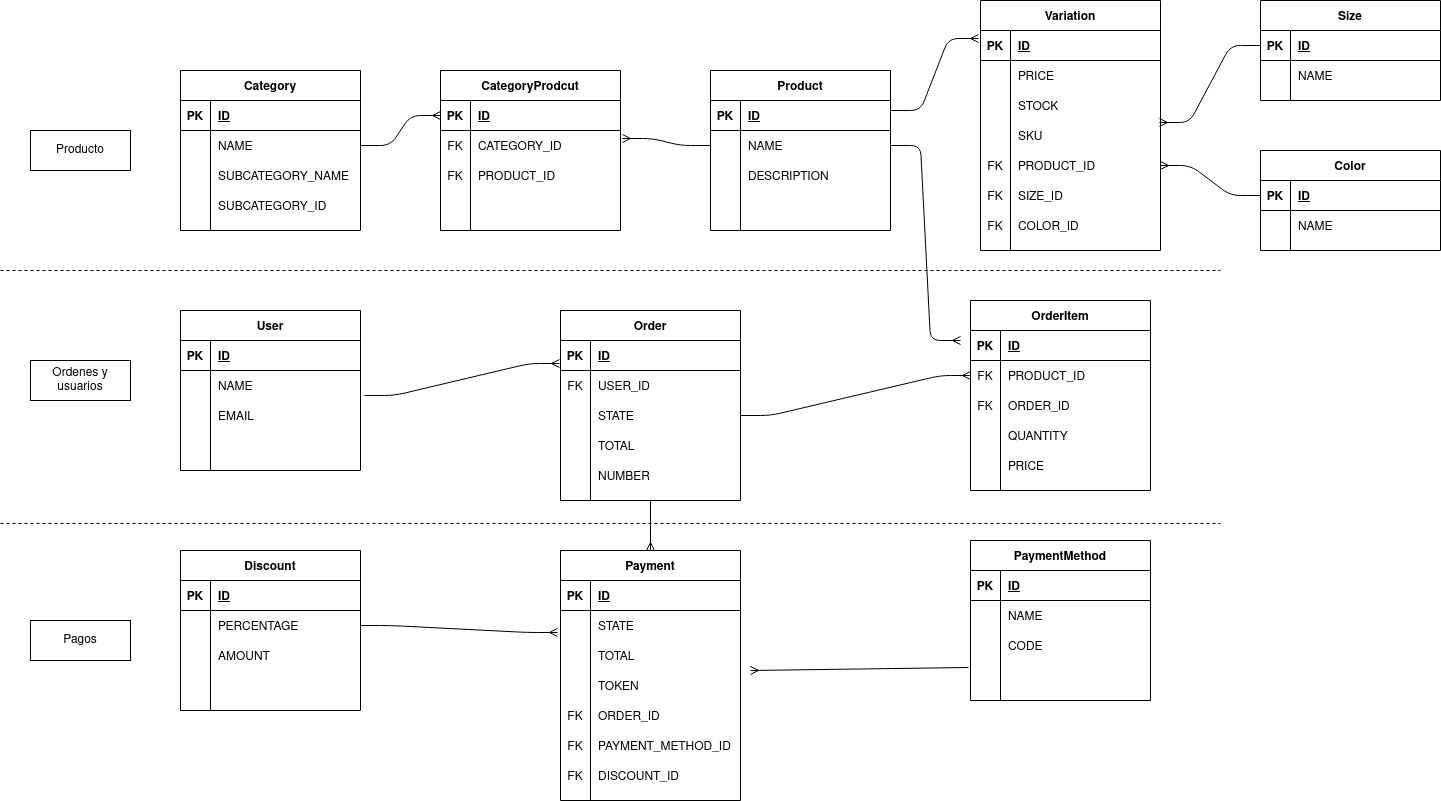
Above: ecommerce.png in gilibethvega/e-comerce (draw.io), before the change. Source tidied: cells renumbered, new cells last; positions are measured from the earlier drawing's top-left corner, leaving out a move shared by most shapes.
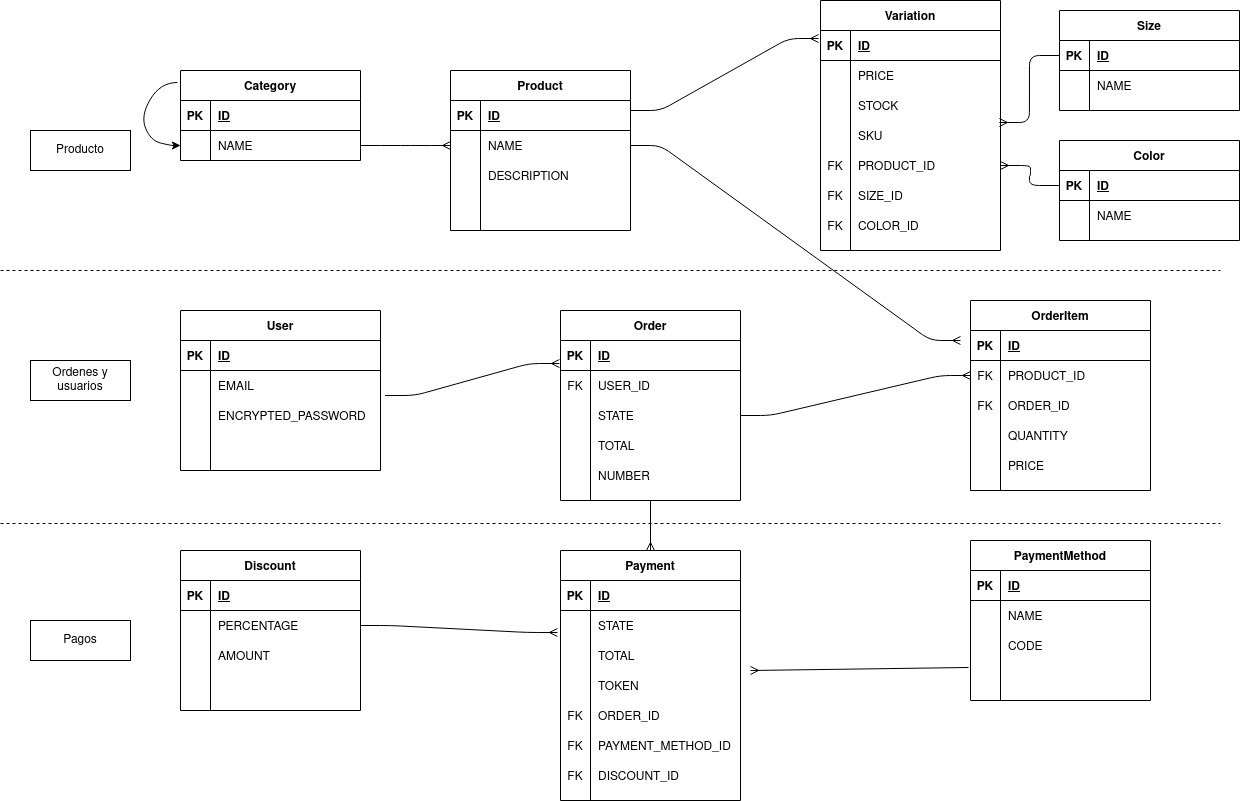
After the commit.

Change to the diagram source:
```diff
@@ -9,7 +9,7 @@
       </mxGeometry>
     </mxCell>
     <mxCell id="3" value="Category" style="shape=table;startSize=30;rowLines=0;fontStyle=1;align=center;" parent="1" vertex="1">
-      <mxGeometry x="180" y="70" width="180" height="160" as="geometry" />
+      <mxGeometry x="180" y="70" width="180" height="90" as="geometry" />
     </mxCell>
     <mxCell id="4" style="shape=partialRectangle;fillColor=none;top=0;left=0;bottom=1;right=0;" parent="3" vertex="1">
       <mxGeometry y="30" width="180" height="30" as="geometry" />
@@ -29,26 +29,18 @@
     <mxCell id="9" value="NAME" style="shape=partialRectangle;fillColor=none;top=0;left=0;bottom=0;right=0;align=left;spacingLeft=6;overflow=hidden;" parent="7" vertex="1">
       <mxGeometry x="30" width="150" height="30" as="geometry" />
     </mxCell>
-    <mxCell id="10" style="shape=partialRectangle;fillColor=none;top=0;left=0;bottom=0;right=0;" parent="3" vertex="1">
-      <mxGeometry y="90" width="180" height="30" as="geometry" />
-    </mxCell>
-    <mxCell id="11" style="shape=partialRectangle;fillColor=none;top=0;left=0;bottom=0;right=0;overflow=hidden;" parent="10" vertex="1">
-      <mxGeometry width="30" height="30" as="geometry" />
-    </mxCell>
-    <mxCell id="12" value="SUBCATEGORY_NAME" style="shape=partialRectangle;fillColor=none;top=0;left=0;bottom=0;right=0;align=left;spacingLeft=6;overflow=hidden;" parent="10" vertex="1">
-      <mxGeometry x="30" width="150" height="30" as="geometry" />
-    </mxCell>
-    <mxCell id="13" style="shape=partialRectangle;fillColor=none;top=0;left=0;bottom=0;right=0;" parent="3" vertex="1">
-      <mxGeometry y="120" width="180" height="30" as="geometry" />
-    </mxCell>
-    <mxCell id="14" style="shape=partialRectangle;fillColor=none;top=0;left=0;bottom=0;right=0;overflow=hidden;" parent="13" vertex="1">
-      <mxGeometry width="30" height="30" as="geometry" />
-    </mxCell>
-    <mxCell id="15" value="SUBCATEGORY_ID" style="shape=partialRectangle;fillColor=none;top=0;left=0;bottom=0;right=0;align=left;spacingLeft=6;overflow=hidden;" parent="13" vertex="1">
-      <mxGeometry x="30" width="150" height="30" as="geometry" />
-    </mxCell>
+    <mxCell id="186" style="curved=1;endArrow=classic;html=1;entryX=0;entryY=0.5;entryDx=0;entryDy=0;exitX=-0.017;exitY=0.133;exitDx=0;exitDy=0;exitPerimeter=0;" parent="3" edge="1" source="3" target="7">
+      <mxGeometry relative="1" as="geometry">
+        <Array as="points">
+          <mxPoint x="-20" y="12" />
+          <mxPoint x="-40" y="45" />
+          <mxPoint x="-30" y="70" />
+          <mxPoint x="-10" y="75" />
+        </Array>
+      </mxGeometry>
+    </mxCell>
     <mxCell id="16" value="Product" style="shape=table;startSize=30;rowLines=0;fontStyle=1;align=center;" parent="1" vertex="1">
-      <mxGeometry x="710" y="70" width="180" height="160" as="geometry" />
+      <mxGeometry x="450" y="70" width="180" height="160" as="geometry" />
     </mxCell>
     <mxCell id="17" style="shape=partialRectangle;fillColor=none;top=0;left=0;bottom=1;right=0;" parent="16" vertex="1">
       <mxGeometry y="30" width="180" height="30" as="geometry" />
@@ -86,47 +78,8 @@
     <mxCell id="28" style="shape=partialRectangle;fillColor=none;top=0;left=0;bottom=0;right=0;align=left;spacingLeft=6;overflow=hidden;" parent="26" vertex="1">
       <mxGeometry x="30" width="150" height="30" as="geometry" />
     </mxCell>
-    <mxCell id="29" value="CategoryProdcut" style="shape=table;startSize=30;rowLines=0;fontStyle=1;align=center;" parent="1" vertex="1">
-      <mxGeometry x="440" y="70" width="180" height="160" as="geometry" />
-    </mxCell>
-    <mxCell id="30" style="shape=partialRectangle;fillColor=none;top=0;left=0;bottom=1;right=0;points=[[0,0.5],[1,0.5]];portConstraint=eastwest;" parent="29" vertex="1">
-      <mxGeometry y="30" width="180" height="30" as="geometry" />
-    </mxCell>
-    <mxCell id="31" value="PK" style="shape=partialRectangle;fillColor=none;top=0;left=0;bottom=0;right=0;fontStyle=1;overflow=hidden;" parent="30" vertex="1">
-      <mxGeometry width="30" height="30" as="geometry" />
-    </mxCell>
-    <mxCell id="32" value="ID" style="shape=partialRectangle;fillColor=none;top=0;left=0;bottom=0;right=0;align=left;spacingLeft=6;fontStyle=5;overflow=hidden;" parent="30" vertex="1">
-      <mxGeometry x="30" width="150" height="30" as="geometry" />
-    </mxCell>
-    <mxCell id="33" style="shape=partialRectangle;fillColor=none;top=0;left=0;bottom=0;right=0;points=[[0,0.5],[1,0.5]];portConstraint=eastwest;" parent="29" vertex="1">
-      <mxGeometry y="60" width="180" height="30" as="geometry" />
-    </mxCell>
-    <mxCell id="34" value="FK" style="shape=partialRectangle;fillColor=none;top=0;left=0;bottom=0;right=0;overflow=hidden;" parent="33" vertex="1">
-      <mxGeometry width="30" height="30" as="geometry" />
-    </mxCell>
-    <mxCell id="35" value="CATEGORY_ID" style="shape=partialRectangle;fillColor=none;top=0;left=0;bottom=0;right=0;align=left;spacingLeft=6;overflow=hidden;" parent="33" vertex="1">
-      <mxGeometry x="30" width="150" height="30" as="geometry" />
-    </mxCell>
-    <mxCell id="36" style="shape=partialRectangle;fillColor=none;top=0;left=0;bottom=0;right=0;" parent="29" vertex="1">
-      <mxGeometry y="90" width="180" height="30" as="geometry" />
-    </mxCell>
-    <mxCell id="37" value="FK" style="shape=partialRectangle;fillColor=none;top=0;left=0;bottom=0;right=0;overflow=hidden;" parent="36" vertex="1">
-      <mxGeometry width="30" height="30" as="geometry" />
-    </mxCell>
-    <mxCell id="38" value="PRODUCT_ID" style="shape=partialRectangle;fillColor=none;top=0;left=0;bottom=0;right=0;align=left;spacingLeft=6;overflow=hidden;" parent="36" vertex="1">
-      <mxGeometry x="30" width="150" height="30" as="geometry" />
-    </mxCell>
-    <mxCell id="39" style="shape=partialRectangle;fillColor=none;top=0;left=0;bottom=0;right=0;" parent="29" vertex="1">
-      <mxGeometry y="120" width="180" height="30" as="geometry" />
-    </mxCell>
-    <mxCell id="40" style="shape=partialRectangle;fillColor=none;top=0;left=0;bottom=0;right=0;overflow=hidden;" parent="39" vertex="1">
-      <mxGeometry width="30" height="30" as="geometry" />
-    </mxCell>
-    <mxCell id="41" style="shape=partialRectangle;fillColor=none;top=0;left=0;bottom=0;right=0;align=left;spacingLeft=6;overflow=hidden;" parent="39" vertex="1">
-      <mxGeometry x="30" width="150" height="30" as="geometry" />
-    </mxCell>
     <mxCell id="42" value="Variation" style="shape=table;startSize=30;rowLines=0;fontStyle=1;align=center;" parent="1" vertex="1">
-      <mxGeometry x="980" width="180" height="250" as="geometry" />
+      <mxGeometry x="820" width="180" height="250" as="geometry" />
     </mxCell>
     <mxCell id="43" style="shape=partialRectangle;fillColor=none;top=0;left=0;bottom=1;right=0;points=[[0,0.5],[1,0.5]];portConstraint=eastwest;" parent="42" vertex="1">
       <mxGeometry y="30" width="180" height="30" as="geometry" />
@@ -288,43 +241,43 @@
       <mxGeometry x="30" width="150" height="30" as="geometry" />
     </mxCell>
     <mxCell id="96" value="User" style="shape=table;startSize=30;rowLines=0;fontStyle=1;align=center;" parent="1" vertex="1">
-      <mxGeometry x="180" y="310" width="180" height="160" as="geometry" />
+      <mxGeometry x="180" y="310" width="200" height="160" as="geometry" />
     </mxCell>
     <mxCell id="97" style="shape=partialRectangle;fillColor=none;top=0;left=0;bottom=1;right=0;" parent="96" vertex="1">
-      <mxGeometry y="30" width="180" height="30" as="geometry" />
+      <mxGeometry y="30" width="200" height="30" as="geometry" />
     </mxCell>
     <mxCell id="98" value="PK" style="shape=partialRectangle;fillColor=none;top=0;left=0;bottom=0;right=0;fontStyle=1;overflow=hidden;" parent="97" vertex="1">
       <mxGeometry width="30" height="30" as="geometry" />
     </mxCell>
     <mxCell id="99" value="ID" style="shape=partialRectangle;fillColor=none;top=0;left=0;bottom=0;right=0;align=left;spacingLeft=6;fontStyle=5;overflow=hidden;" parent="97" vertex="1">
-      <mxGeometry x="30" width="150" height="30" as="geometry" />
+      <mxGeometry x="30" width="170" height="30" as="geometry" />
     </mxCell>
     <mxCell id="100" style="shape=partialRectangle;fillColor=none;top=0;left=0;bottom=0;right=0;points=[[0,0.5],[1,0.5]];portConstraint=eastwest;" parent="96" vertex="1">
-      <mxGeometry y="60" width="180" height="30" as="geometry" />
+      <mxGeometry y="60" width="200" height="30" as="geometry" />
     </mxCell>
     <mxCell id="101" style="shape=partialRectangle;fillColor=none;top=0;left=0;bottom=0;right=0;overflow=hidden;" parent="100" vertex="1">
       <mxGeometry width="30" height="30" as="geometry" />
     </mxCell>
-    <mxCell id="102" value="NAME" style="shape=partialRectangle;fillColor=none;top=0;left=0;bottom=0;right=0;align=left;spacingLeft=6;overflow=hidden;" parent="100" vertex="1">
-      <mxGeometry x="30" width="150" height="30" as="geometry" />
+    <mxCell id="102" value="EMAIL" style="shape=partialRectangle;fillColor=none;top=0;left=0;bottom=0;right=0;align=left;spacingLeft=6;overflow=hidden;" parent="100" vertex="1">
+      <mxGeometry x="30" width="170" height="30" as="geometry" />
     </mxCell>
     <mxCell id="103" style="shape=partialRectangle;fillColor=none;top=0;left=0;bottom=0;right=0;" parent="96" vertex="1">
-      <mxGeometry y="90" width="180" height="30" as="geometry" />
+      <mxGeometry y="90" width="200" height="30" as="geometry" />
     </mxCell>
     <mxCell id="104" style="shape=partialRectangle;fillColor=none;top=0;left=0;bottom=0;right=0;overflow=hidden;" parent="103" vertex="1">
       <mxGeometry width="30" height="30" as="geometry" />
     </mxCell>
-    <mxCell id="105" value="EMAIL" style="shape=partialRectangle;fillColor=none;top=0;left=0;bottom=0;right=0;align=left;spacingLeft=6;overflow=hidden;" parent="103" vertex="1">
-      <mxGeometry x="30" width="150" height="30" as="geometry" />
+    <mxCell id="105" value="ENCRYPTED_PASSWORD" style="shape=partialRectangle;fillColor=none;top=0;left=0;bottom=0;right=0;align=left;spacingLeft=6;overflow=hidden;" parent="103" vertex="1">
+      <mxGeometry x="30" width="170" height="30" as="geometry" />
     </mxCell>
     <mxCell id="106" style="shape=partialRectangle;fillColor=none;top=0;left=0;bottom=0;right=0;" parent="96" vertex="1">
-      <mxGeometry y="120" width="180" height="30" as="geometry" />
+      <mxGeometry y="120" width="200" height="30" as="geometry" />
     </mxCell>
     <mxCell id="107" style="shape=partialRectangle;fillColor=none;top=0;left=0;bottom=0;right=0;overflow=hidden;" parent="106" vertex="1">
       <mxGeometry width="30" height="30" as="geometry" />
     </mxCell>
     <mxCell id="108" style="shape=partialRectangle;fillColor=none;top=0;left=0;bottom=0;right=0;align=left;spacingLeft=6;overflow=hidden;" parent="106" vertex="1">
-      <mxGeometry x="30" width="150" height="30" as="geometry" />
+      <mxGeometry x="30" width="170" height="30" as="geometry" />
     </mxCell>
     <mxCell id="109" value="Payment" style="shape=table;startSize=30;rowLines=0;fontStyle=1;align=center;" parent="1" vertex="1">
       <mxGeometry x="560" y="550" width="180" height="250" as="geometry" />
@@ -392,12 +345,9 @@
     <mxCell id="130" value="DISCOUNT_ID" style="shape=partialRectangle;fillColor=none;top=0;left=0;bottom=0;right=0;align=left;spacingLeft=6;overflow=hidden;" parent="128" vertex="1">
       <mxGeometry x="30" width="150" height="30" as="geometry" />
     </mxCell>
-    <mxCell id="131" style="edgeStyle=entityRelationEdgeStyle;fontSize=12;html=1;endArrow=ERmany;exitX=1;exitY=0.5;exitDx=0;exitDy=0;entryX=0;entryY=0.5;entryDx=0;entryDy=0;" parent="1" edge="1" source="7" target="30">
+    <mxCell id="131" style="edgeStyle=entityRelationEdgeStyle;fontSize=12;html=1;endArrow=ERmany;exitX=1;exitY=0.5;exitDx=0;exitDy=0;entryX=0;entryY=0.5;entryDx=0;entryDy=0;" parent="1" edge="1" source="7" target="20">
       <mxGeometry relative="1" as="geometry" />
     </mxCell>
-    <mxCell id="132" style="edgeStyle=entityRelationEdgeStyle;fontSize=12;html=1;endArrow=ERmany;exitX=0;exitY=0.5;exitDx=0;exitDy=0;entryX=1.011;entryY=0.267;entryDx=0;entryDy=0;entryPerimeter=0;" parent="1" edge="1" source="20" target="33">
-      <mxGeometry relative="1" as="geometry" />
-    </mxCell>
     <mxCell id="133" value="Discount" style="shape=table;startSize=30;rowLines=0;fontStyle=1;align=center;" parent="1" vertex="1">
       <mxGeometry x="180" y="550" width="180" height="160" as="geometry" />
     </mxCell>
@@ -514,7 +464,7 @@
       <mxGeometry x="30" y="620" width="100" height="40" as="geometry" />
     </mxCell>
     <mxCell id="169" value="Size" style="shape=table;startSize=30;rowLines=0;fontStyle=1;align=center;" parent="1" vertex="1">
-      <mxGeometry x="1260" width="180" height="100" as="geometry" />
+      <mxGeometry x="1059" y="10" width="180" height="100" as="geometry" />
     </mxCell>
     <mxCell id="170" style="shape=partialRectangle;fillColor=none;top=0;left=0;bottom=1;right=0;points=[[0,0.5],[1,0.5]];portConstraint=eastwest;" parent="169" vertex="1">
       <mxGeometry y="30" width="180" height="30" as="geometry" />
@@ -535,7 +485,7 @@
       <mxGeometry x="30" width="150" height="30" as="geometry" />
     </mxCell>
     <mxCell id="176" value="Color" style="shape=table;startSize=30;rowLines=0;fontStyle=1;align=center;" parent="1" vertex="1">
-      <mxGeometry x="1260" y="150" width="180" height="100" as="geometry" />
+      <mxGeometry x="1059" y="140" width="180" height="100" as="geometry" />
     </mxCell>
     <mxCell id="177" style="shape=partialRectangle;fillColor=none;top=0;left=0;bottom=1;right=0;points=[[0,0.5],[1,0.5]];portConstraint=eastwest;" parent="176" vertex="1">
       <mxGeometry y="30" width="180" height="30" as="geometry" />
```
